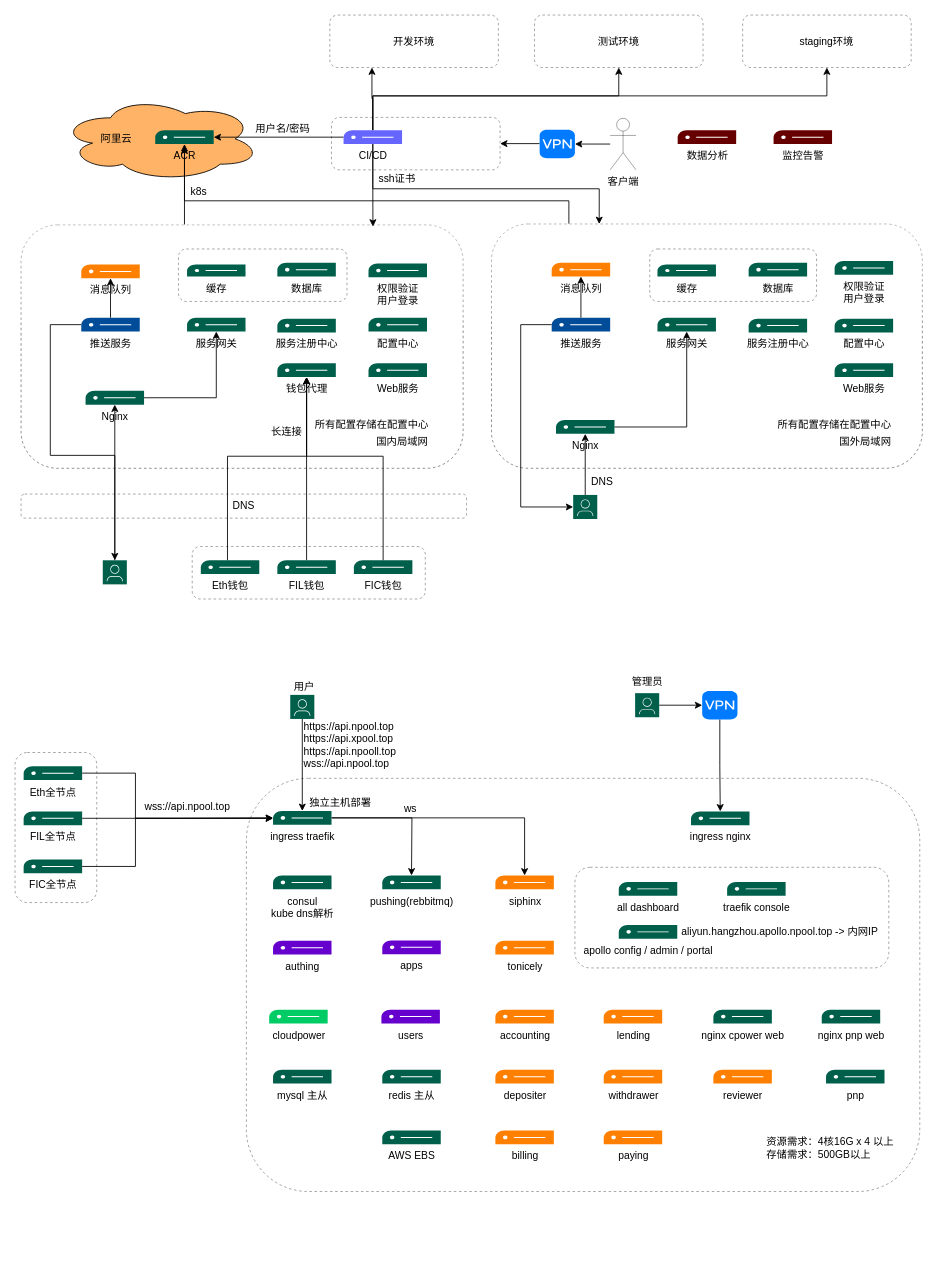
Earlier version of the draw.io diagram page "Arch" (1 of 8) of Arch.drawio (NpoolPlatform/architecture). Source tidied: cells renumbered, new cells numbered last; positions are measured from the earlier drawing's top-left corner, leaving out a move shared by most shapes. Both pictures are drawn from the tidied source at 86%, with x=0, y=0 at pixel (15, 15).
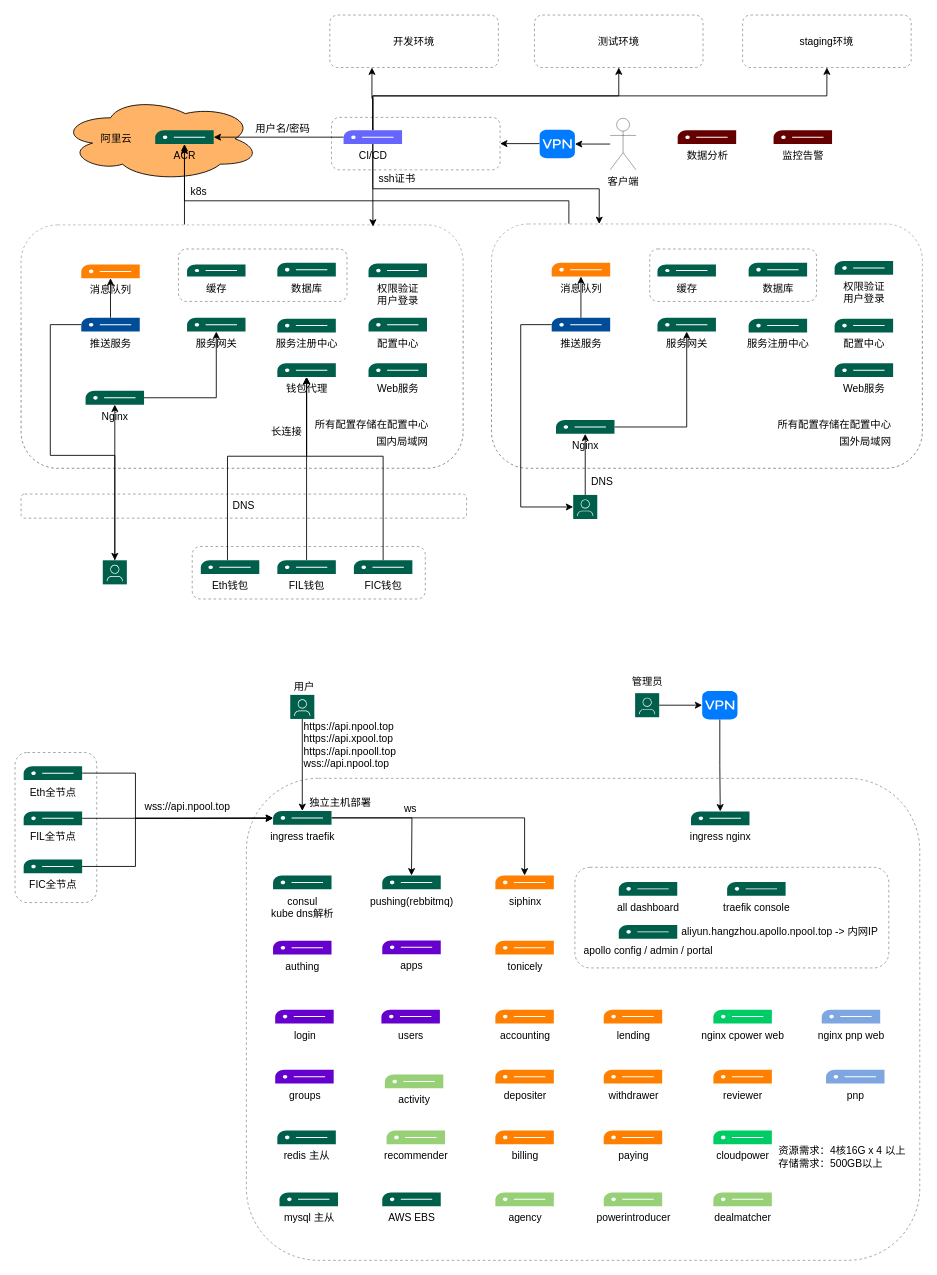
After the change.

Commit message:
Add login and wallet proxy system

The edit, as a diff of the source:
```diff
@@
     <mxCell id="2" style="rounded=1;whiteSpace=wrap;html=1;dashed=1;fillColor=#FFFFFF;align=center;opacity=40;" parent="1" vertex="1">
-      <mxGeometry x="269" y="887.5" width="783" height="480.5" as="geometry" />
+      <mxGeometry x="269" y="887.5" width="783" height="560.5" as="geometry" />
     </mxCell>
@@
     <mxCell id="96" value="mysql 主从" style="sketch=0;shadow=0;dashed=0;html=1;strokeColor=none;fillColor=#005F4B;labelPosition=center;verticalLabelPosition=bottom;verticalAlign=top;align=center;shape=mxgraph.veeam2.1u_server;direction=east;" parent="1" vertex="1">
-      <mxGeometry x="300" y="1226.5" width="68" height="16" as="geometry" />
+      <mxGeometry x="307.5" y="1369" width="68" height="16" as="geometry" />
     </mxCell>
     <mxCell id="97" value="redis 主从" style="sketch=0;shadow=0;dashed=0;html=1;strokeColor=none;fillColor=#005F4B;labelPosition=center;verticalLabelPosition=bottom;verticalAlign=top;align=center;shape=mxgraph.veeam2.1u_server;direction=east;" parent="1" vertex="1">
-      <mxGeometry x="427" y="1226.5" width="68" height="16" as="geometry" />
+      <mxGeometry x="305" y="1297" width="68" height="16" as="geometry" />
     </mxCell>
@@
-    <mxCell id="113" value="nginx cpower web" style="sketch=0;shadow=0;dashed=0;html=1;strokeColor=none;fillColor=#005F4B;labelPosition=center;verticalLabelPosition=bottom;verticalAlign=top;align=center;shape=mxgraph.veeam2.1u_server;direction=east;" parent="1" vertex="1">
+    <mxCell id="113" value="nginx cpower web" style="sketch=0;shadow=0;dashed=0;html=1;strokeColor=none;labelPosition=center;verticalLabelPosition=bottom;verticalAlign=top;align=center;shape=mxgraph.veeam2.1u_server;direction=east;fillColor=#00CC66;" parent="1" vertex="1">
       <mxGeometry x="812" y="1156.5" width="68" height="16" as="geometry" />
     </mxCell>
-    <mxCell id="114" value="nginx pnp web" style="sketch=0;shadow=0;dashed=0;html=1;strokeColor=none;fillColor=#005F4B;labelPosition=center;verticalLabelPosition=bottom;verticalAlign=top;align=center;shape=mxgraph.veeam2.1u_server;direction=east;" parent="1" vertex="1">
+    <mxCell id="114" value="nginx pnp web" style="sketch=0;shadow=0;dashed=0;html=1;strokeColor=none;labelPosition=center;verticalLabelPosition=bottom;verticalAlign=top;align=center;shape=mxgraph.veeam2.1u_server;direction=east;fillColor=#7EA6E0;" parent="1" vertex="1">
       <mxGeometry x="938" y="1156.5" width="68" height="16" as="geometry" />
     </mxCell>
@@
     <mxCell id="118" value="cloudpower" style="sketch=0;shadow=0;dashed=0;html=1;strokeColor=none;labelPosition=center;verticalLabelPosition=bottom;verticalAlign=top;align=center;shape=mxgraph.veeam2.1u_server;direction=east;fillColor=#00CC66;" parent="1" vertex="1">
-      <mxGeometry x="295.5" y="1156.5" width="68" height="16" as="geometry" />
+      <mxGeometry x="812" y="1297" width="68" height="16" as="geometry" />
     </mxCell>
     <mxCell id="119" value="AWS EBS" style="sketch=0;shadow=0;dashed=0;html=1;strokeColor=none;fillColor=#005F4B;labelPosition=center;verticalLabelPosition=bottom;verticalAlign=top;align=center;shape=mxgraph.veeam2.1u_server;direction=east;" parent="1" vertex="1">
-      <mxGeometry x="427" y="1297" width="68" height="16" as="geometry" />
+      <mxGeometry x="427" y="1369" width="68" height="16" as="geometry" />
     </mxCell>
     <mxCell id="120" value="资源需求：4核16G x 4 以上&lt;br&gt;存储需求：500GB以上" style="text;html=1;strokeColor=none;fillColor=none;align=left;verticalAlign=middle;whiteSpace=wrap;rounded=0;dashed=1;opacity=40;" parent="1" vertex="1">
-      <mxGeometry x="872" y="1286" width="155" height="61" as="geometry" />
+      <mxGeometry x="886" y="1297" width="155" height="61" as="geometry" />
     </mxCell>
@@
-    <mxCell id="124" value="pnp" style="sketch=0;shadow=0;dashed=0;html=1;strokeColor=none;fillColor=#005F4B;labelPosition=center;verticalLabelPosition=bottom;verticalAlign=top;align=center;shape=mxgraph.veeam2.1u_server;direction=east;" parent="1" vertex="1">
+    <mxCell id="124" value="pnp" style="sketch=0;shadow=0;dashed=0;html=1;strokeColor=none;labelPosition=center;verticalLabelPosition=bottom;verticalAlign=top;align=center;shape=mxgraph.veeam2.1u_server;direction=east;fillColor=#7EA6E0;" parent="1" vertex="1">
       <mxGeometry x="943" y="1226.5" width="68" height="16" as="geometry" />
     </mxCell>
@@
+    <mxCell id="127" value="login" style="sketch=0;shadow=0;dashed=0;html=1;strokeColor=none;labelPosition=center;verticalLabelPosition=bottom;verticalAlign=top;align=center;shape=mxgraph.veeam2.1u_server;direction=east;fillColor=#6600CC;" parent="1" vertex="1">
+      <mxGeometry x="302.5" y="1156.5" width="68" height="16" as="geometry" />
+    </mxCell>
+    <mxCell id="128" value="groups" style="sketch=0;shadow=0;dashed=0;html=1;strokeColor=none;labelPosition=center;verticalLabelPosition=bottom;verticalAlign=top;align=center;shape=mxgraph.veeam2.1u_server;direction=east;fillColor=#6600CC;" parent="1" vertex="1">
+      <mxGeometry x="302.5" y="1226.5" width="68" height="16" as="geometry" />
+    </mxCell>
+    <mxCell id="129" value="activity" style="sketch=0;shadow=0;dashed=0;html=1;strokeColor=none;labelPosition=center;verticalLabelPosition=bottom;verticalAlign=top;align=center;shape=mxgraph.veeam2.1u_server;direction=east;fillColor=#97D077;" parent="1" vertex="1">
+      <mxGeometry x="430" y="1232" width="68" height="16" as="geometry" />
+    </mxCell>
+    <mxCell id="130" value="recommender" style="sketch=0;shadow=0;dashed=0;html=1;strokeColor=none;labelPosition=center;verticalLabelPosition=bottom;verticalAlign=top;align=center;shape=mxgraph.veeam2.1u_server;direction=east;fillColor=#97D077;" parent="1" vertex="1">
+      <mxGeometry x="432" y="1297" width="68" height="16" as="geometry" />
+    </mxCell>
+    <mxCell id="131" value="agency" style="sketch=0;shadow=0;dashed=0;html=1;strokeColor=none;labelPosition=center;verticalLabelPosition=bottom;verticalAlign=top;align=center;shape=mxgraph.veeam2.1u_server;direction=east;fillColor=#97D077;" parent="1" vertex="1">
+      <mxGeometry x="558.5" y="1369" width="68" height="16" as="geometry" />
+    </mxCell>
+    <mxCell id="132" value="powerintroducer" style="sketch=0;shadow=0;dashed=0;html=1;strokeColor=none;labelPosition=center;verticalLabelPosition=bottom;verticalAlign=top;align=center;shape=mxgraph.veeam2.1u_server;direction=east;fillColor=#97D077;" parent="1" vertex="1">
+      <mxGeometry x="684.5" y="1369" width="68" height="16" as="geometry" />
+    </mxCell>
+    <mxCell id="133" value="dealmatcher" style="sketch=0;shadow=0;dashed=0;html=1;strokeColor=none;labelPosition=center;verticalLabelPosition=bottom;verticalAlign=top;align=center;shape=mxgraph.veeam2.1u_server;direction=east;fillColor=#97D077;" parent="1" vertex="1">
+      <mxGeometry x="812" y="1369" width="68" height="16" as="geometry" />
+    </mxCell>
```
